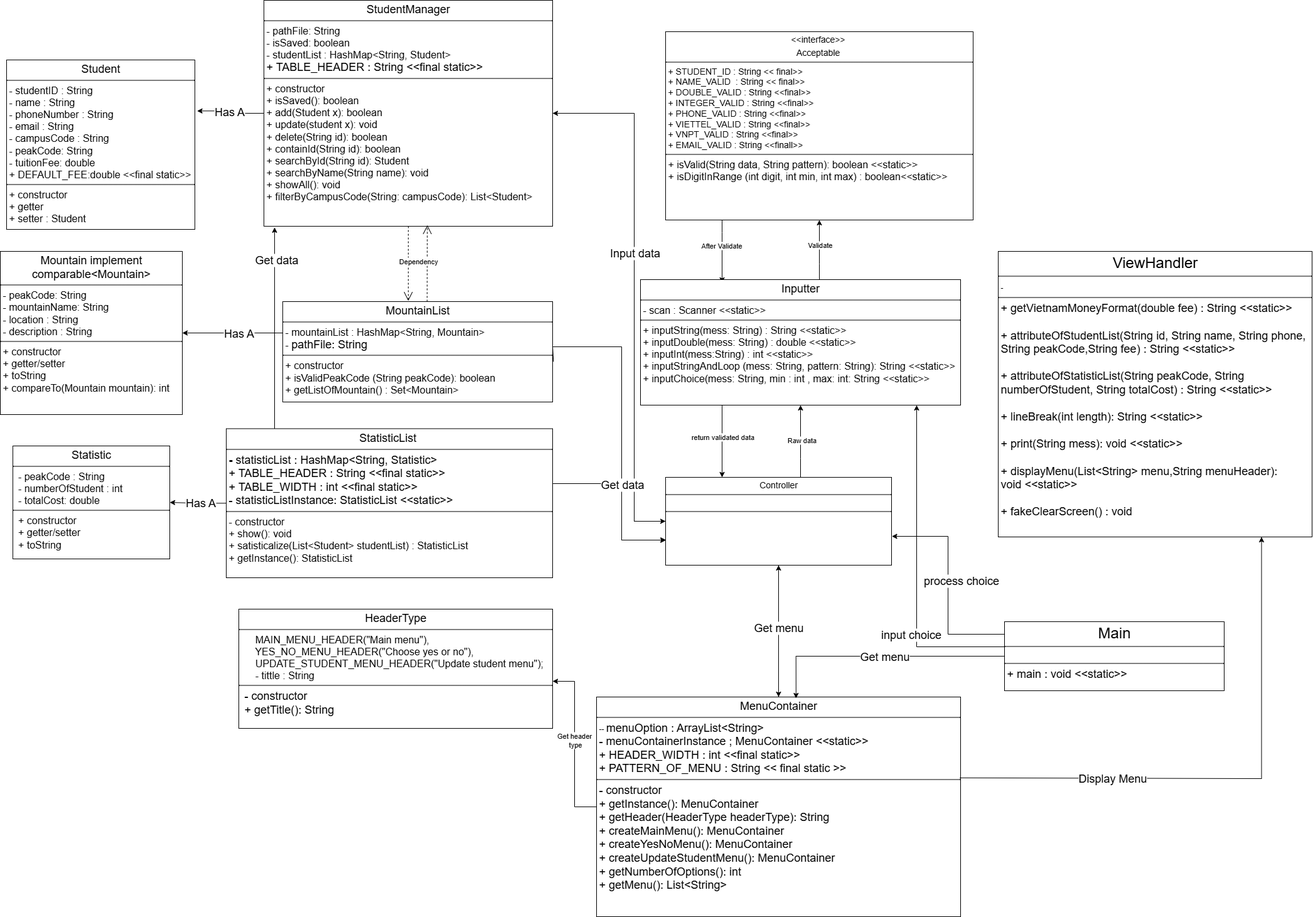
tranmaianhkhoa2006-collab/Lab211_FPTU_MountainHiking_TranMaiAnhKhoaSubmisson keeps this draw.io diagram as LAB211_Lab1.drawio.png. Above is the earlier version. Source tidied: cells renumbered, new cells last; positions are measured from the earlier drawing's top-left corner, leaving out a move shared by most shapes.
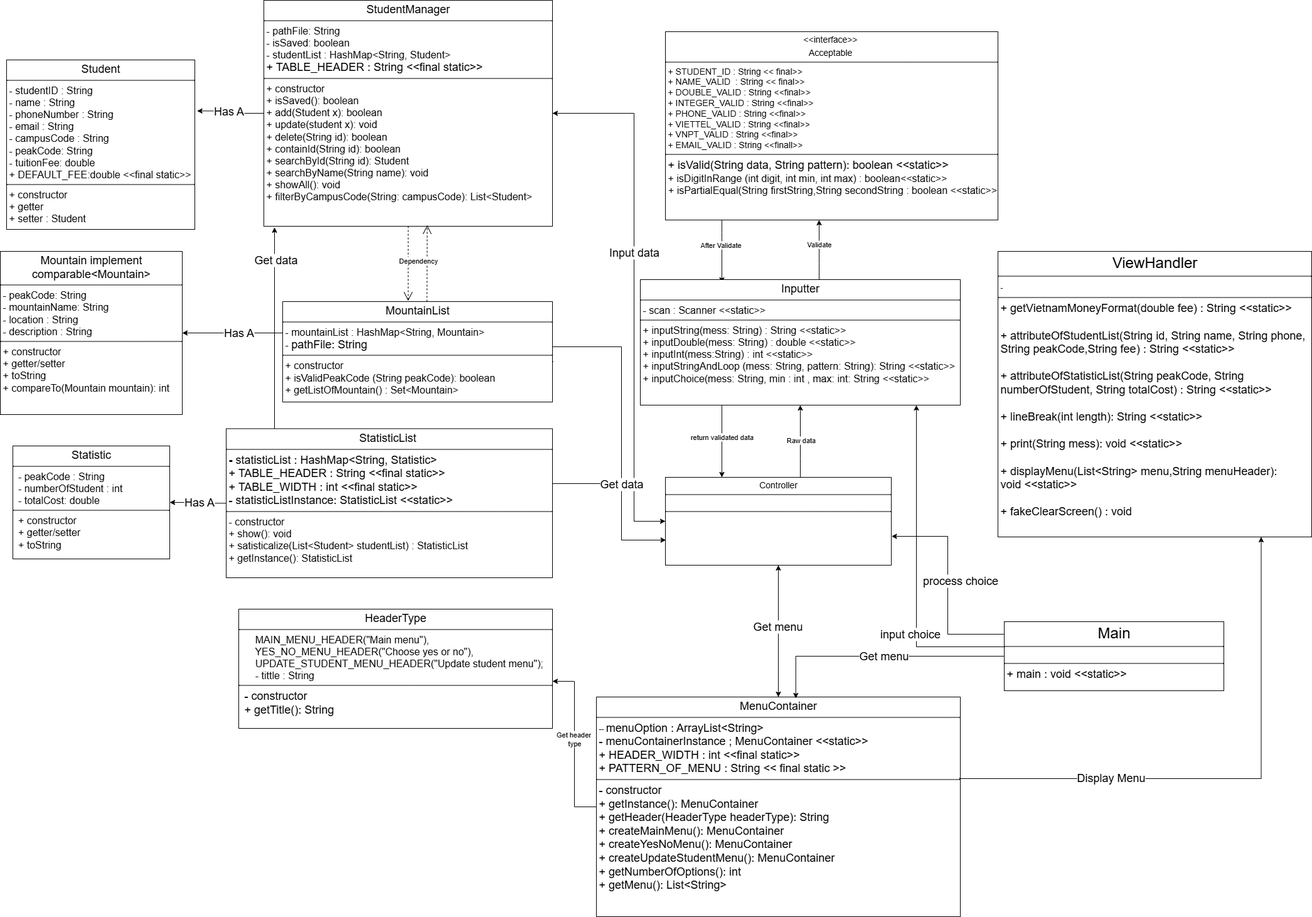
The same file after the commit.

What changed in the source:
```diff
@@ -42,8 +42,8 @@
     <mxCell id="9" value="After Validate" style="edgeLabel;html=1;align=center;verticalAlign=middle;" parent="8" vertex="1">
       <mxGeometry x="-0.22" y="-2" relative="1" as="geometry" />
     </mxCell>
-    <mxCell id="10" value="&lt;p style=&quot;margin:0px;margin-top:4px;text-align:center;&quot;&gt;&lt;span style=&quot;font-size: 14px;&quot;&gt;&amp;lt;&amp;lt;interface&amp;gt;&amp;gt;&amp;nbsp;&lt;/span&gt;&lt;/p&gt;&lt;p style=&quot;margin:0px;margin-top:4px;text-align:center;&quot;&gt;&lt;span style=&quot;font-size: 14px;&quot;&gt;Acceptable&amp;nbsp;&lt;/span&gt;&lt;/p&gt;&lt;hr size=&quot;1&quot; style=&quot;border-style:solid;&quot;&gt;&lt;p style=&quot;margin:0px;margin-left:4px;&quot;&gt;&lt;font style=&quot;&quot;&gt;&lt;span style=&quot;font-size: 14px;&quot;&gt;&lt;span style=&quot;background-color: transparent;&quot;&gt;+ STUDENT_ID : String &amp;lt;&amp;lt; final&amp;gt;&amp;gt;&amp;nbsp;&lt;/span&gt;&lt;br&gt;&lt;/span&gt;&lt;/font&gt;&lt;/p&gt;&lt;p style=&quot;margin:0px;margin-left:4px;&quot;&gt;&lt;span style=&quot;font-size: 14px;&quot;&gt;+ NAME_VALID&amp;nbsp; : String &amp;lt;&amp;lt; final&amp;gt;&amp;gt;&amp;nbsp;&lt;/span&gt;&lt;/p&gt;&lt;p style=&quot;margin:0px;margin-left:4px;&quot;&gt;&lt;span style=&quot;font-size: 14px;&quot;&gt;+ DOUBLE_VALID : String &amp;lt;&amp;lt;final&amp;gt;&amp;gt;&amp;nbsp;&lt;/span&gt;&lt;/p&gt;&lt;p style=&quot;margin:0px;margin-left:4px;&quot;&gt;&lt;span style=&quot;font-size: 14px;&quot;&gt;+ INTEGER_VALID : String &amp;lt;&amp;lt;final&amp;gt;&amp;gt;&amp;nbsp;&lt;/span&gt;&lt;/p&gt;&lt;p style=&quot;margin:0px;margin-left:4px;&quot;&gt;&lt;span style=&quot;font-size: 14px;&quot;&gt;+ PHONE_VALID : String &amp;lt;&amp;lt;final&amp;gt;&amp;gt;&amp;nbsp;&lt;/span&gt;&lt;/p&gt;&lt;p style=&quot;margin:0px;margin-left:4px;&quot;&gt;&lt;span style=&quot;font-size: 14px;&quot;&gt;+ VIETTEL_VALID : String &amp;lt;&amp;lt;final&amp;gt;&amp;gt;&amp;nbsp;&lt;/span&gt;&lt;/p&gt;&lt;p style=&quot;margin:0px;margin-left:4px;&quot;&gt;&lt;span style=&quot;font-size: 14px;&quot;&gt;+ VNPT_VALID : String &amp;lt;&amp;lt;final&amp;gt;&amp;gt;&amp;nbsp;&lt;/span&gt;&lt;/p&gt;&lt;p style=&quot;margin:0px;margin-left:4px;&quot;&gt;&lt;span style=&quot;font-size: 14px;&quot;&gt;+ EMAIL_VALID : String &amp;lt;&amp;lt;finall&amp;gt;&amp;gt;&amp;nbsp;&lt;/span&gt;&lt;/p&gt;&lt;hr size=&quot;1&quot; style=&quot;border-style:solid;&quot;&gt;&lt;p style=&quot;margin:0px;margin-left:4px;&quot;&gt;&lt;font size=&quot;3&quot;&gt;+ isValid(String data, String pattern): boolean &amp;lt;&amp;lt;static&amp;gt;&amp;gt;&amp;nbsp;&lt;/font&gt;&lt;/p&gt;&lt;p style=&quot;margin:0px;margin-left:4px;&quot;&gt;&lt;font size=&quot;3&quot;&gt;+&amp;nbsp;&lt;/font&gt;&lt;span style=&quot;background-color: transparent;&quot;&gt;&lt;font size=&quot;3&quot;&gt;isDigitInRange (int digit, int min, int max) : boolean&amp;lt;&amp;lt;static&amp;gt;&amp;gt;&lt;/font&gt;&lt;/span&gt;&lt;/p&gt;&lt;div&gt;&lt;br&gt;&lt;/div&gt;" style="verticalAlign=top;align=left;overflow=fill;html=1;whiteSpace=wrap;" parent="1" vertex="1">
-      <mxGeometry x="1060" y="50" width="490" height="300" as="geometry" />
+    <mxCell id="10" value="&lt;p style=&quot;margin:0px;margin-top:4px;text-align:center;&quot;&gt;&lt;span style=&quot;font-size: 14px;&quot;&gt;&amp;lt;&amp;lt;interface&amp;gt;&amp;gt;&amp;nbsp;&lt;/span&gt;&lt;/p&gt;&lt;p style=&quot;margin:0px;margin-top:4px;text-align:center;&quot;&gt;&lt;span style=&quot;font-size: 14px;&quot;&gt;Acceptable&amp;nbsp;&lt;/span&gt;&lt;/p&gt;&lt;hr size=&quot;1&quot; style=&quot;border-style:solid;&quot;&gt;&lt;p style=&quot;margin:0px;margin-left:4px;&quot;&gt;&lt;font style=&quot;&quot;&gt;&lt;span style=&quot;font-size: 14px;&quot;&gt;&lt;span style=&quot;background-color: transparent;&quot;&gt;+ STUDENT_ID : String &amp;lt;&amp;lt; final&amp;gt;&amp;gt;&amp;nbsp;&lt;/span&gt;&lt;br&gt;&lt;/span&gt;&lt;/font&gt;&lt;/p&gt;&lt;p style=&quot;margin:0px;margin-left:4px;&quot;&gt;&lt;span style=&quot;font-size: 14px;&quot;&gt;+ NAME_VALID&amp;nbsp; : String &amp;lt;&amp;lt; final&amp;gt;&amp;gt;&amp;nbsp;&lt;/span&gt;&lt;/p&gt;&lt;p style=&quot;margin:0px;margin-left:4px;&quot;&gt;&lt;span style=&quot;font-size: 14px;&quot;&gt;+ DOUBLE_VALID : String &amp;lt;&amp;lt;final&amp;gt;&amp;gt;&amp;nbsp;&lt;/span&gt;&lt;/p&gt;&lt;p style=&quot;margin:0px;margin-left:4px;&quot;&gt;&lt;span style=&quot;font-size: 14px;&quot;&gt;+ INTEGER_VALID : String &amp;lt;&amp;lt;final&amp;gt;&amp;gt;&amp;nbsp;&lt;/span&gt;&lt;/p&gt;&lt;p style=&quot;margin:0px;margin-left:4px;&quot;&gt;&lt;span style=&quot;font-size: 14px;&quot;&gt;+ PHONE_VALID : String &amp;lt;&amp;lt;final&amp;gt;&amp;gt;&amp;nbsp;&lt;/span&gt;&lt;/p&gt;&lt;p style=&quot;margin:0px;margin-left:4px;&quot;&gt;&lt;span style=&quot;font-size: 14px;&quot;&gt;+ VIETTEL_VALID : String &amp;lt;&amp;lt;final&amp;gt;&amp;gt;&amp;nbsp;&lt;/span&gt;&lt;/p&gt;&lt;p style=&quot;margin:0px;margin-left:4px;&quot;&gt;&lt;span style=&quot;font-size: 14px;&quot;&gt;+ VNPT_VALID : String &amp;lt;&amp;lt;final&amp;gt;&amp;gt;&amp;nbsp;&lt;/span&gt;&lt;/p&gt;&lt;p style=&quot;margin:0px;margin-left:4px;&quot;&gt;&lt;span style=&quot;font-size: 14px;&quot;&gt;+ EMAIL_VALID : String &amp;lt;&amp;lt;finall&amp;gt;&amp;gt;&amp;nbsp;&lt;/span&gt;&lt;/p&gt;&lt;hr size=&quot;1&quot; style=&quot;border-style:solid;&quot;&gt;&lt;p style=&quot;margin:0px;margin-left:4px;&quot;&gt;&lt;font style=&quot;font-size: 18px;&quot;&gt;+ isValid(String data, String pattern): boolean &amp;lt;&amp;lt;static&amp;gt;&amp;gt;&amp;nbsp;&lt;/font&gt;&lt;/p&gt;&lt;p style=&quot;margin:0px;margin-left:4px;&quot;&gt;&lt;font size=&quot;3&quot;&gt;+&amp;nbsp;&lt;/font&gt;&lt;span style=&quot;background-color: transparent;&quot;&gt;&lt;font size=&quot;3&quot;&gt;isDigitInRange (int digit, int min, int max) : boolean&amp;lt;&amp;lt;static&amp;gt;&amp;gt;&lt;/font&gt;&lt;/span&gt;&lt;/p&gt;&lt;div&gt;&lt;font size=&quot;3&quot;&gt;&amp;nbsp;+ isPartialEqual(&lt;/font&gt;&lt;span style=&quot;background-color: transparent;&quot;&gt;&lt;font size=&quot;3&quot;&gt;String firstString,String secondString : boolean &amp;lt;&amp;lt;static&amp;gt;&amp;gt;&lt;/font&gt;&lt;/span&gt;&lt;/div&gt;" style="verticalAlign=top;align=left;overflow=fill;html=1;whiteSpace=wrap;" parent="1" vertex="1">
+      <mxGeometry x="1060" y="50" width="530" height="300" as="geometry" />
     </mxCell>
     <mxCell id="11" value="&lt;p style=&quot;margin:0px;margin-top:4px;text-align:center;&quot;&gt;&lt;font style=&quot;font-size: 18px;&quot;&gt;Inputter&lt;/font&gt;&lt;/p&gt;&lt;hr size=&quot;1&quot; style=&quot;border-style:solid;&quot;&gt;&lt;p style=&quot;margin:0px;margin-left:4px;&quot;&gt;&lt;span style=&quot;background-color: transparent; color: light-dark(rgb(0, 0, 0), rgb(255, 255, 255));&quot;&gt;&lt;font size=&quot;3&quot; style=&quot;&quot;&gt;- scan : Scann&lt;/font&gt;&lt;/span&gt;&lt;span style=&quot;background-color: transparent;&quot;&gt;&lt;font size=&quot;3&quot;&gt;er&amp;nbsp;&lt;/font&gt;&lt;/span&gt;&lt;span style=&quot;font-size: medium; background-color: transparent; color: light-dark(rgb(0, 0, 0), rgb(255, 255, 255));&quot;&gt;&amp;lt;&amp;lt;static&amp;gt;&amp;gt;&lt;/span&gt;&lt;/p&gt;&lt;hr size=&quot;1&quot; style=&quot;border-style:solid;&quot;&gt;&lt;p style=&quot;margin:0px;margin-left:4px;&quot;&gt;&lt;span style=&quot;font-size: medium; background-color: transparent; color: light-dark(rgb(0, 0, 0), rgb(255, 255, 255));&quot;&gt;+ inputString(mess: String) : String &amp;lt;&amp;lt;static&amp;gt;&amp;gt;&lt;/span&gt;&lt;/p&gt;&lt;p style=&quot;margin:0px;margin-left:4px;&quot;&gt;&lt;font size=&quot;3&quot;&gt;+ input&lt;/font&gt;&lt;span style=&quot;background-color: transparent;&quot;&gt;&lt;font size=&quot;3&quot;&gt;Double(m&lt;/font&gt;&lt;/span&gt;&lt;span style=&quot;background-color: transparent;&quot;&gt;&lt;font size=&quot;3&quot;&gt;es&lt;/font&gt;&lt;/span&gt;&lt;span style=&quot;background-color: transparent;&quot;&gt;&lt;font size=&quot;3&quot;&gt;s: String) : double&amp;nbsp;&lt;/font&gt;&lt;/span&gt;&lt;span style=&quot;font-size: medium; background-color: transparent; color: light-dark(rgb(0, 0, 0), rgb(255, 255, 255));&quot;&gt;&amp;lt;&amp;lt;static&amp;gt;&amp;gt;&lt;/span&gt;&lt;/p&gt;&lt;p style=&quot;margin:0px;margin-left:4px;&quot;&gt;&lt;span style=&quot;background-color: transparent;&quot;&gt;&lt;font size=&quot;3&quot;&gt;+ inputInt(mess:String) : int&amp;nbsp;&lt;/font&gt;&lt;/span&gt;&lt;span style=&quot;font-size: medium; background-color: transparent; color: light-dark(rgb(0, 0, 0), rgb(255, 255, 255));&quot;&gt;&amp;lt;&amp;lt;static&amp;gt;&amp;gt;&lt;/span&gt;&lt;/p&gt;&lt;p style=&quot;margin:0px;margin-left:4px;&quot;&gt;&lt;span style=&quot;background-color: transparent;&quot;&gt;&lt;font size=&quot;3&quot;&gt;+ inputStringAndLoop (mess: String, pattern: String): String&amp;nbsp;&lt;/font&gt;&lt;/span&gt;&lt;span style=&quot;font-size: medium; background-color: transparent; color: light-dark(rgb(0, 0, 0), rgb(255, 255, 255));&quot;&gt;&amp;lt;&amp;lt;static&amp;gt;&amp;gt;&lt;/span&gt;&lt;/p&gt;&lt;p style=&quot;margin:0px;margin-left:4px;&quot;&gt;&lt;span style=&quot;font-size: medium; background-color: transparent; color: light-dark(rgb(0, 0, 0), rgb(255, 255, 255));&quot;&gt;+ inputChoice(mess: String, min : int , max: int: String &amp;lt;&amp;lt;static&amp;gt;&amp;gt;&lt;/span&gt;&lt;/p&gt;" style="verticalAlign=top;align=left;overflow=fill;html=1;whiteSpace=wrap;" parent="1" vertex="1">
       <mxGeometry x="1020" y="445" width="510" height="200" as="geometry" />
```
